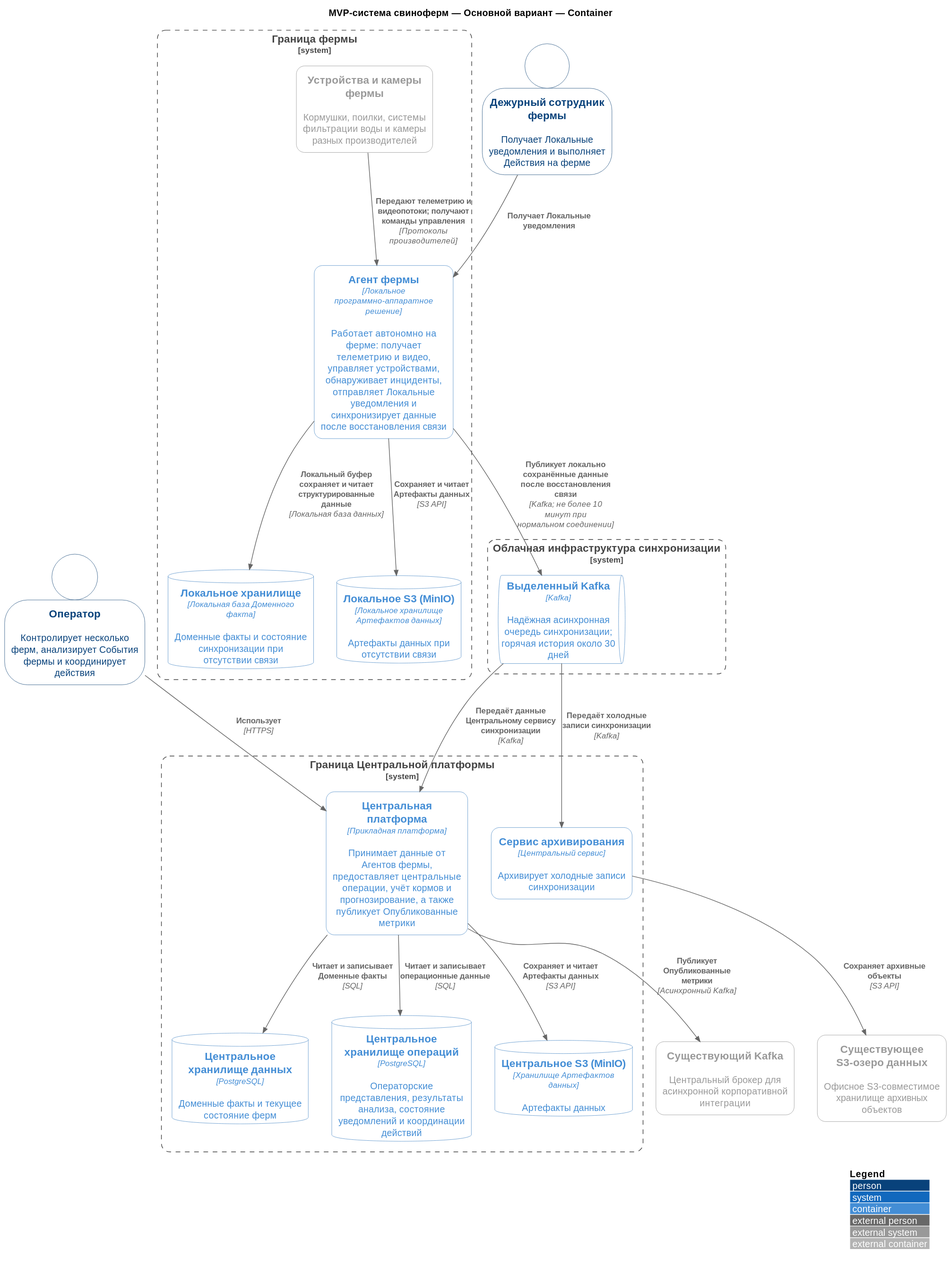
The PlantUML diagram Task2/svg/02-01-primary.c4.container.svg in vs-ya-practicum/01-MSA-AgroTech, before a commit.
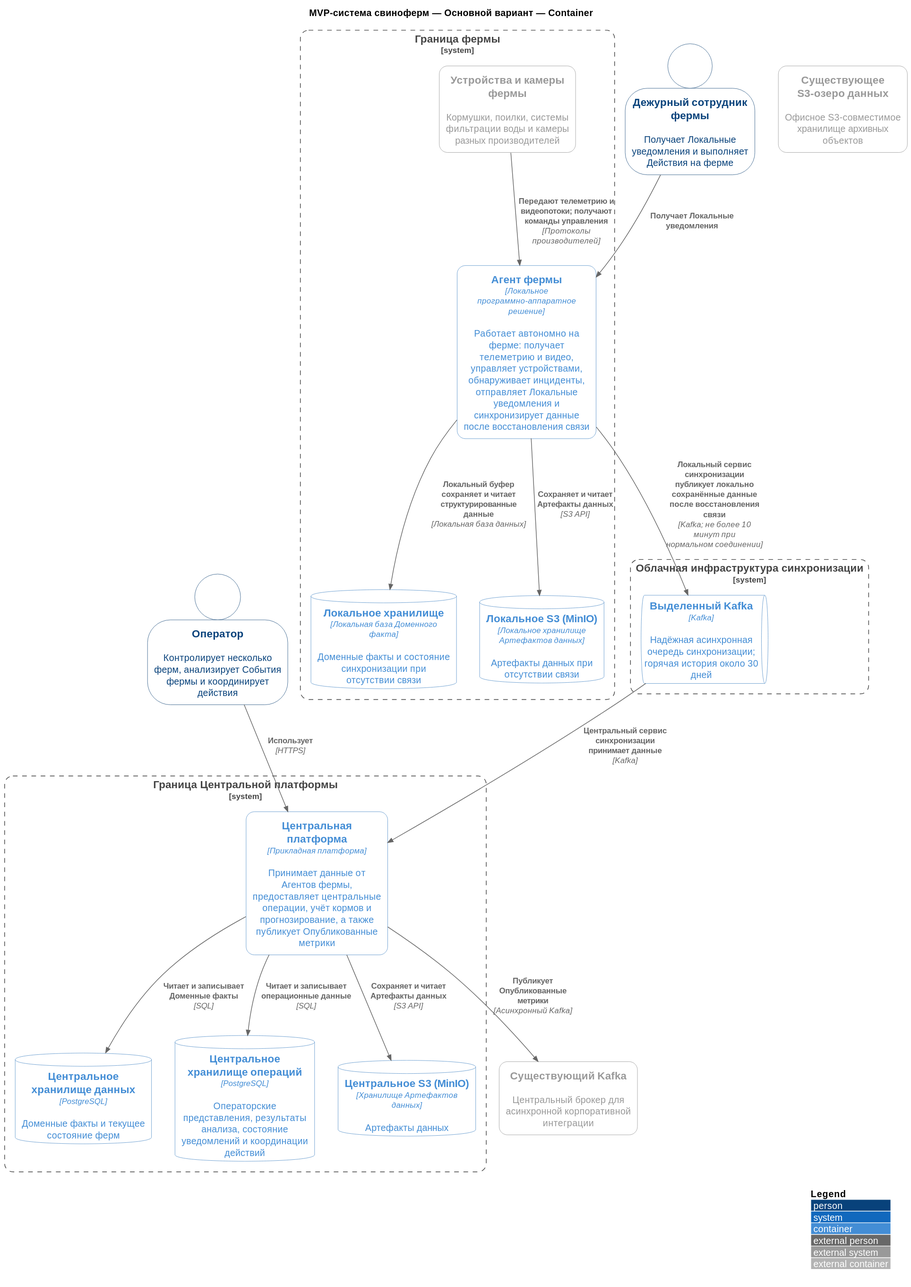
After the change.

Change to the diagram source:
```diff
@@ -17,7 +17,6 @@
 
 System_Boundary(centralPlatformBoundary, "Граница Центральной платформы") {
     Container(centralPlatform, "Центральная платформа", "Прикладная платформа", "Принимает данные от Агентов фермы, предоставляет центральные операции, учёт кормов и прогнозирование, а также публикует Опубликованные метрики")
-    Container(archiverService, "Сервис архивирования", "Центральный сервис", "Архивирует холодные записи синхронизации")
     ContainerDb(centralDataStore, "Центральное хранилище данных", "PostgreSQL", "Доменные факты и текущее состояние ферм")
     ContainerDb(centralOperationsStore, "Центральное хранилище операций", "PostgreSQL", "Операторские представления, результаты анализа, состояние уведомлений и координации действий")
     ContainerDb(centralS3, "Центральное S3 (MinIO)", "Хранилище Артефактов данных", "Артефакты данных")
@@ -36,10 +35,8 @@
 Rel(centralPlatform, centralDataStore, "Читает и записывает Доменные факты", "SQL")
 Rel(centralPlatform, centralOperationsStore, "Читает и записывает операционные данные", "SQL")
 Rel(centralPlatform, centralS3, "Сохраняет и читает Артефакты данных", "S3 API")
-Rel(farmAgent, dedicatedKafka, "Публикует локально сохранённые данные после восстановления связи", "Kafka; не более 10 минут при нормальном соединении")
-Rel(dedicatedKafka, centralPlatform, "Передаёт данные Центральному сервису синхронизации", "Kafka")
-Rel(dedicatedKafka, archiverService, "Передаёт холодные записи синхронизации", "Kafka")
-Rel(archiverService, existingS3DataLake, "Сохраняет архивные объекты", "S3 API")
+Rel(farmAgent, dedicatedKafka, "Локальный сервис синхронизации публикует локально сохранённые данные после восстановления связи", "Kafka; не более 10 минут при нормальном соединении")
+Rel(dedicatedKafka, centralPlatform, "Центральный сервис синхронизации принимает данные", "Kafka")
 Rel(farmAgent, localStorage, "Локальный буфер сохраняет и читает структурированные данные", "Локальная база данных")
 Rel(farmAgent, localS3, "Сохраняет и читает Артефакты данных", "S3 API")
 Rel(centralPlatform, existingKafka, "Публикует Опубликованные метрики", "Асинхронный Kafka")
```
